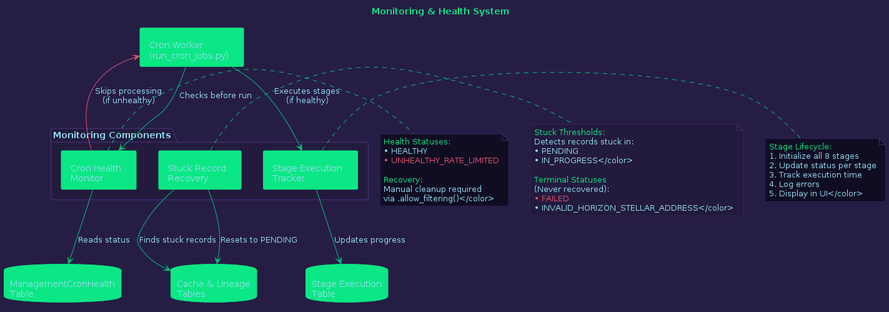
areveur51/StellarMapWeb keeps this PlantUML diagram as diagrams/05_monitoring_system.png. Above is the earlier version. Source of this version:
```plantuml
@startuml Monitoring System

skinparam backgroundColor #261D45
skinparam defaultFontColor #96DDF2

skinparam component {
  BackgroundColor #100D23
  BorderColor #0BE784
  FontColor #96DDF2
  ArrowColor #01C176
}

skinparam database {
  BackgroundColor #032314
  BorderColor #0BE784
  FontColor #96DDF2
}

skinparam package {
  BackgroundColor #231B3D
  BorderColor #3f2c70
  FontColor #96DDF2
}

skinparam note {
  BackgroundColor #100D23
  BorderColor #3f2c70
  FontColor #96DDF2
}

title <color:#0BE784>Monitoring & Health System</color>

package "Monitoring Components" #231B3D {
  component "Cron Health\nMonitor" as CronHealth #0BE784
  component "Stuck Record\nRecovery" as Recovery #0BE784
  component "Stage Execution\nTracker" as StageTracker #0BE784
}

component "Cron Worker\n(run_cron_jobs.py)" as CronWorker #0BE784

database "ManagementCronHealth\nTable" as HealthDB #0BE784
database "Stage Execution\nTable" as StageDB #0BE784
database "Cache & Lineage\nTables" as DataDB #0BE784

CronWorker -[#01C176]-> CronHealth : "Checks before run"
CronHealth -[#01C176]-> HealthDB : "Reads status"

CronWorker -[#01C176]-> StageTracker : "Executes stages\n(if healthy)"
StageTracker -[#01C176]-> StageDB : "Updates progress"

CronHealth -[#E5526F]-> CronWorker : "Skips processing\n(if unhealthy)"

Recovery -[#01C176]-> DataDB : "Finds stuck records"
Recovery -[#01C176]-> DataDB : "Resets to PENDING"

note right of CronHealth #100D23
  <color:#0BE784>Health Statuses:</color>
  <color:#96DDF2>• HEALTHY</color>
  <color:#E5526F>• UNHEALTHY_RATE_LIMITED</color>

  <color:#0BE784>Recovery:</color>
  <color:#96DDF2>Manual cleanup required
  via .allow_filtering()</color>
end note

note right of Recovery #231B3D
  <color:#0BE784>Stuck Thresholds:</color>
  <color:#96DDF2>Detects records stuck in:
  • PENDING
  • IN_PROGRESS</color>

  <color:#0BE784>Terminal Statuses</color>
  <color:#96DDF2>(Never recovered):</color>
  <color:#E5526F>• FAILED
  • INVALID_HORIZON_STELLAR_ADDRESS</color>
end note

note right of StageTracker #100D23
  <color:#0BE784>Stage Lifecycle:</color>
  <color:#96DDF2>1. Initialize all 8 stages
  2. Update status per stage
  3. Track execution time
  4. Log errors
  5. Display in UI</color>
end note

@enduml
```
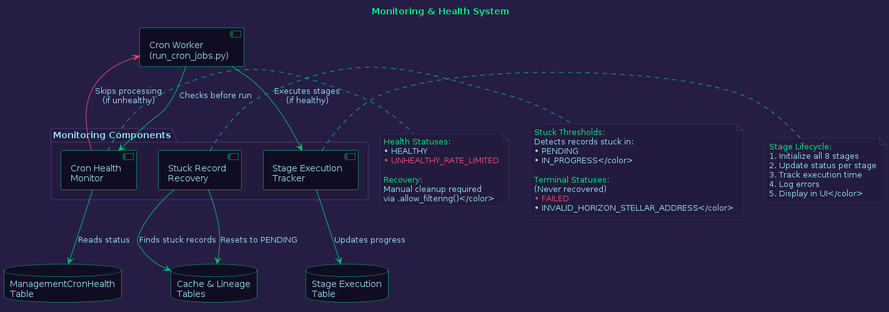
The same file after the commit.

What changed in the source:
```diff
@@ -11,7 +11,7 @@
 }
 
 skinparam database {
-  BackgroundColor #032314
+  BackgroundColor #100D23
   BorderColor #0BE784
   FontColor #96DDF2
 }
@@ -23,7 +23,7 @@
 }
 
 skinparam note {
-  BackgroundColor #100D23
+  BackgroundColor #231B3D
   BorderColor #3f2c70
   FontColor #96DDF2
 }
@@ -31,16 +31,16 @@
 title <color:#0BE784>Monitoring & Health System</color>
 
 package "Monitoring Components" #231B3D {
-  component "Cron Health\nMonitor" as CronHealth #0BE784
-  component "Stuck Record\nRecovery" as Recovery #0BE784
-  component "Stage Execution\nTracker" as StageTracker #0BE784
+  component "Cron Health\nMonitor" as CronHealth
+  component "Stuck Record\nRecovery" as Recovery
+  component "Stage Execution\nTracker" as StageTracker
 }
 
-component "Cron Worker\n(run_cron_jobs.py)" as CronWorker #0BE784
+component "Cron Worker\n(run_cron_jobs.py)" as CronWorker
 
-database "ManagementCronHealth\nTable" as HealthDB #0BE784
-database "Stage Execution\nTable" as StageDB #0BE784
-database "Cache & Lineage\nTables" as DataDB #0BE784
+database "ManagementCronHealth\nTable" as HealthDB
+database "Stage Execution\nTable" as StageDB
+database "Cache & Lineage\nTables" as DataDB
 
 CronWorker -[#01C176]-> CronHealth : "Checks before run"
 CronHealth -[#01C176]-> HealthDB : "Reads status"
@@ -53,7 +53,7 @@
 Recovery -[#01C176]-> DataDB : "Finds stuck records"
 Recovery -[#01C176]-> DataDB : "Resets to PENDING"
 
-note right of CronHealth #100D23
+note right of CronHealth #231B3D
   <color:#0BE784>Health Statuses:</color>
   <color:#96DDF2>• HEALTHY</color>
   <color:#E5526F>• UNHEALTHY_RATE_LIMITED</color>
@@ -69,13 +69,13 @@
   • PENDING
   • IN_PROGRESS</color>
 
-  <color:#0BE784>Terminal Statuses</color>
-  <color:#96DDF2>(Never recovered):</color>
+  <color:#0BE784>Terminal Statuses:</color>
+  <color:#96DDF2>(Never recovered)</color>
   <color:#E5526F>• FAILED
   • INVALID_HORIZON_STELLAR_ADDRESS</color>
 end note
 
-note right of StageTracker #100D23
+note right of StageTracker #231B3D
   <color:#0BE784>Stage Lifecycle:</color>
   <color:#96DDF2>1. Initialize all 8 stages
   2. Update status per stage
```
